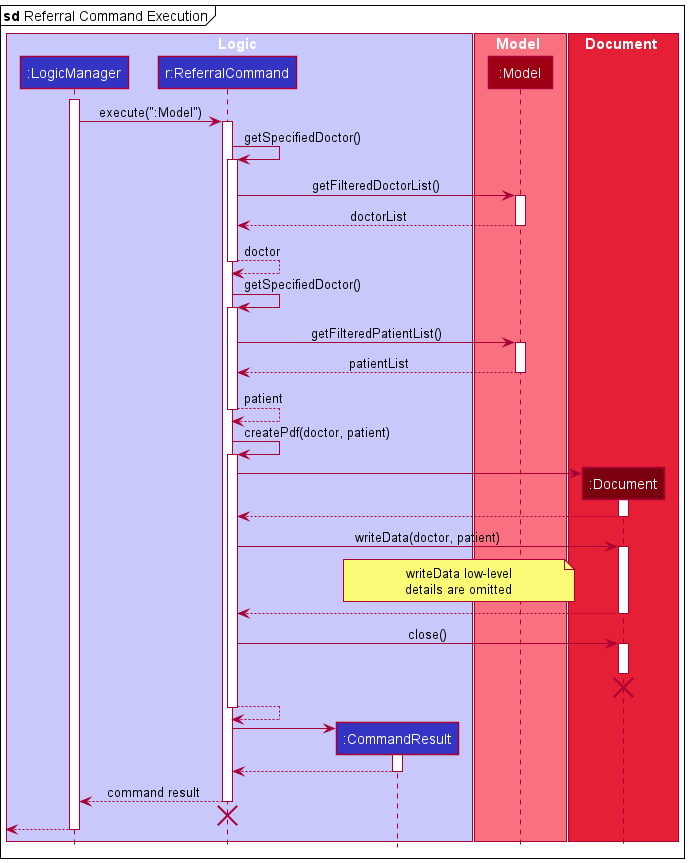
This is docs/images/referral/ReferralCommandExecution.png from simonjulianl/tp, a PlantUML export, as it was before one commit.
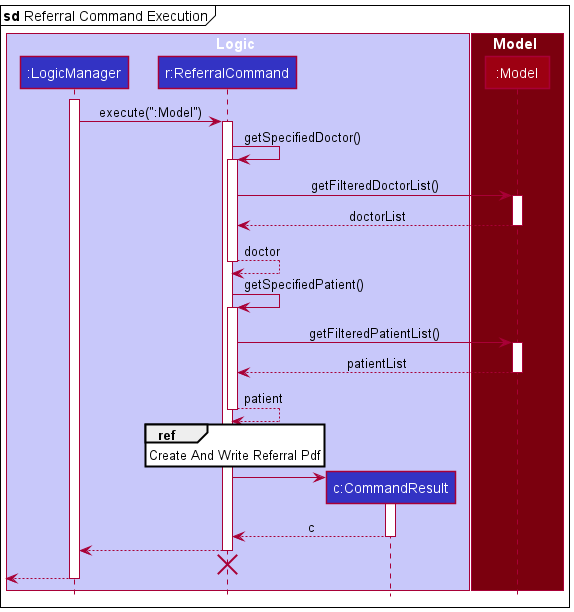
After the change.

Change to the diagram source:
```diff
@@ -5,15 +5,11 @@
 box Logic LOGIC_COLOR_T1
 participant ":LogicManager" as LogicManager LOGIC_COLOR
 participant "r:ReferralCommand" as ReferralCommand LOGIC_COLOR
-participant ":CommandResult" as CommandResult LOGIC_COLOR
+participant "c:CommandResult" as CommandResult LOGIC_COLOR
 end box
 
-box Model MODEL_COLOR_T1
+box Model MODEL_COLOR_T3
 participant ":Model" as Model MODEL_COLOR
-end box
-
-box Document MODEL_COLOR_T2
-participant ":Document" as Document MODEL_COLOR_T3
 end box
 
 activate LogicManager
@@ -29,7 +25,7 @@
 
 return doctor
 
-ReferralCommand -> ReferralCommand : getSpecifiedDoctor()
+ReferralCommand -> ReferralCommand : getSpecifiedPatient()
 activate ReferralCommand
 
 ReferralCommand -> Model : getFilteredPatientList()
@@ -38,45 +34,18 @@
 
 return patient
 
-ReferralCommand -> ReferralCommand : createPdf(doctor, patient)
-activate ReferralCommand
-
-create Document
-ReferralCommand -> Document
-activate Document
-return
-
-ReferralCommand -> Document: writeData(doctor, patient)
-
-note over Model, CommandResult
-  writeData low-level
-  details are omitted
-end note
-
-activate Document
-return
-
-ReferralCommand -> Document : close()
-activate Document
-deactivate Document
-
-ReferralCommand -[hidden]-> Document
-destroy Document
-return
+ref over ReferralCommand : Create And Write Referral Pdf
 
 create CommandResult
 ReferralCommand -> CommandResult
 activate CommandResult
+return c
+
 return
-
-return command result
 
 LogicManager -[hidden]-> ReferralCommand
 destroy ReferralCommand
 [<--LogicManager
 
 deactivate LogicManager
-
-
-
 @enduml
```
